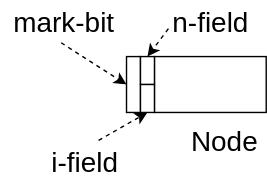
The draw.io diagram docs/content/gc4/img/dsw-traverse-legend2.dio.svg in sinotca529/glab-seminar, before a commit. Source tidied: cells renumbered, new cells last; positions are measured from the earlier drawing's top-left corner, leaving out a move shared by most shapes.
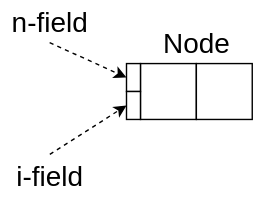
Above is the later version.

Diff of the diagram source:
```diff
@@ -2,42 +2,34 @@
   <root>
     <mxCell id="0" />
     <mxCell id="1" parent="0" />
-    <mxCell id="2" style="rounded=0;whiteSpace=wrap;html=1;" parent="1" vertex="1">
-      <mxGeometry x="110" y="40" width="80" height="40" as="geometry" />
-    </mxCell>
-    <mxCell id="3" style="rounded=0;whiteSpace=wrap;html=1;fontSize=20;" parent="1" vertex="1">
-      <mxGeometry x="90" y="40" width="10" height="40" as="geometry" />
-    </mxCell>
-    <mxCell id="4" value="mark-bit" style="text;html=1;align=center;verticalAlign=middle;points=[];strokeColor=none;fillColor=none;fontSize=20;" parent="1" vertex="1">
-      <mxGeometry width="90" height="30" as="geometry" />
-    </mxCell>
+    <mxCell id="13" style="rounded=0;whiteSpace=wrap;html=1;" parent="1" vertex="1">
+      <mxGeometry x="100" y="105" width="40" height="40" as="geometry" />
+    </mxCell>
+    <mxCell id="14" style="rounded=0;whiteSpace=wrap;html=1;" parent="1" vertex="1">
+      <mxGeometry x="140" y="105" width="40" height="40" as="geometry" />
+    </mxCell>
+    <mxCell id="15" style="rounded=0;whiteSpace=wrap;html=1;fontSize=20;" parent="1" vertex="1">
+      <mxGeometry x="90" y="105" width="10" height="20" as="geometry" />
+    </mxCell>
+    <mxCell id="16" style="rounded=0;whiteSpace=wrap;html=1;fontSize=20;" parent="1" vertex="1">
+      <mxGeometry x="90" y="125" width="10" height="20" as="geometry" />
+    </mxCell>
+    <mxCell id="11" value="n-field" style="text;html=1;align=center;verticalAlign=middle;strokeColor=none;fillColor=none;fontSize=20;" parent="1" vertex="1">
+      <mxGeometry y="60" width="70" height="30" as="geometry" />
+    </mxCell>
     <mxCell id="5" value="i-field" style="text;html=1;align=center;verticalAlign=middle;points=[];strokeColor=none;fillColor=none;fontSize=20;" parent="1" vertex="1">
-      <mxGeometry x="30" y="100" width="60" height="30" as="geometry" />
+      <mxGeometry x="5" y="170" width="60" height="30" as="geometry" />
     </mxCell>
-    <mxCell id="6" style="endArrow=classic;html=1;entryX=0;entryY=0.5;entryDx=0;entryDy=0;dashed=1;exitX=0.48;exitY=1.004;exitDx=0;exitDy=0;exitPerimeter=0;" parent="1" edge="1" source="4" target="3">
-      <mxGeometry relative="1" as="geometry" />
-    </mxCell>
-    <mxCell id="7" style="endArrow=classic;html=1;entryX=0.5;entryY=1;entryDx=0;entryDy=0;dashed=1;" parent="1" edge="1" target="9">
-      <mxGeometry relative="1" as="geometry">
-        <mxPoint x="70" y="100" as="sourcePoint" />
-      </mxGeometry>
-    </mxCell>
-    <mxCell id="8" style="rounded=0;whiteSpace=wrap;html=1;fontSize=20;" parent="1" vertex="1">
-      <mxGeometry x="100" y="40" width="10" height="20" as="geometry" />
-    </mxCell>
-    <mxCell id="9" style="rounded=0;whiteSpace=wrap;html=1;fontSize=20;" parent="1" vertex="1">
-      <mxGeometry x="100" y="60" width="10" height="20" as="geometry" />
-    </mxCell>
-    <mxCell id="10" style="endArrow=classic;html=1;entryX=0.5;entryY=0;entryDx=0;entryDy=0;dashed=1;" parent="1" edge="1" target="8">
-      <mxGeometry relative="1" as="geometry">
-        <mxPoint x="120" y="20" as="sourcePoint" />
-      </mxGeometry>
-    </mxCell>
-    <mxCell id="11" value="n-field" style="text;html=1;align=center;verticalAlign=middle;strokeColor=none;fillColor=none;fontSize=20;" parent="1" vertex="1">
-      <mxGeometry x="115" width="70" height="30" as="geometry" />
-    </mxCell>
+    <mxCell id="17" style="endArrow=classic;html=1;entryX=0;entryY=0.5;entryDx=0;entryDy=0;dashed=1;" parent="1" edge="1" target="15">
+      <mxGeometry relative="1" as="geometry">
+        <mxPoint x="35" y="90" as="sourcePoint" />
+      </mxGeometry>
+    </mxCell>
+    <mxCell id="18" style="endArrow=classic;html=1;exitX=0.502;exitY=-0.002;exitDx=0;exitDy=0;exitPerimeter=0;entryX=0;entryY=0.5;entryDx=0;entryDy=0;dashed=1;" parent="1" edge="1" source="5" target="16">
+      <mxGeometry relative="1" as="geometry" />
+    </mxCell>
     <mxCell id="12" value="&lt;font style=&quot;font-size: 20px&quot;&gt;Node&lt;/font&gt;" style="text;html=1;align=center;verticalAlign=middle;strokeColor=none;fillColor=none;" parent="1" vertex="1">
-      <mxGeometry x="130" y="90" width="60" height="20" as="geometry" />
+      <mxGeometry x="110" y="80" width="60" height="20" as="geometry" />
     </mxCell>
   </root>
 </mxGraphModel>
```
